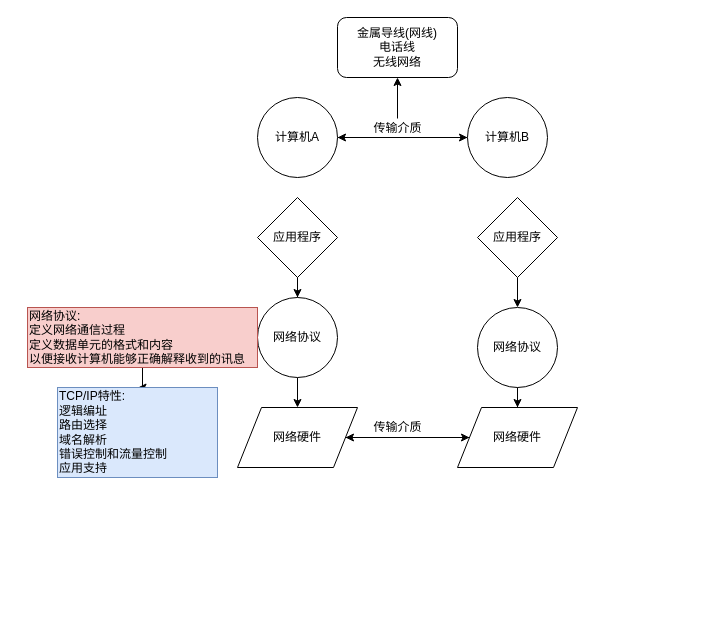
Before: tcp/ip Diagram.drawio in gmkgmk/blog, a draw.io diagram. Source tidied: cells renumbered, new cells numbered last; positions are measured from the earlier drawing's top-left corner, leaving out a move shared by most shapes. Both pictures are drawn from the tidied source at 100%, with x=0, y=0 at pixel (27, 17).
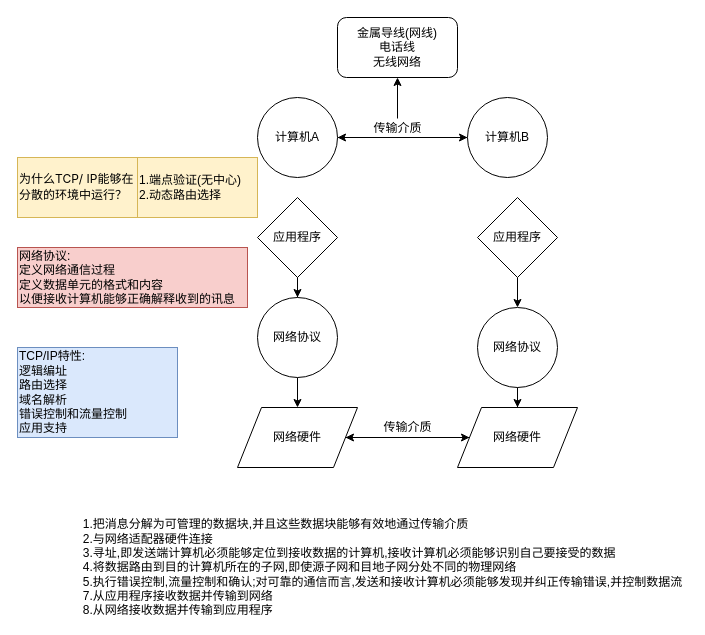
The same diagram, later.

Change to the diagram source:
```diff
@@
     <mxCell id="21" value="传输介质" style="text;html=1;align=center;verticalAlign=middle;" parent="1" vertex="1">
-      <mxGeometry x="340" y="400" width="60" height="20" as="geometry" />
+      <mxGeometry x="350" y="400" width="60" height="20" as="geometry" />
     </mxCell>
-    <mxCell id="22" style="edgeStyle=orthogonalEdgeStyle;rounded=0;jettySize=auto;html=1;" parent="1" edge="1" source="23">
-      <mxGeometry relative="1" as="geometry">
-        <mxPoint x="110" y="370" as="targetPoint" />
-      </mxGeometry>
-    </mxCell>
     <mxCell id="23" value="网络协议:&lt;br&gt;定义网络通信过程&lt;br&gt;定义数据单元的格式和内容&lt;br&gt;以便接收计算机能够正确解释收到的讯息" style="text;html=1;align=left;verticalAlign=middle;points=[];fillColor=#f8cecc;strokeColor=#b85450;" parent="1" vertex="1">
-      <mxGeometry y="290" width="230" height="60" as="geometry" />
+      <mxGeometry x="-10" y="230" width="230" height="60" as="geometry" />
     </mxCell>
     <mxCell id="24" value="TCP/IP特性:&lt;br&gt;逻辑编址&lt;br&gt;路由选择&lt;br&gt;域名解析&lt;br&gt;错误控制和流量控制&lt;br&gt;应用支持" style="rounded=0;whiteSpace=wrap;html=1;align=left;fillColor=#dae8fc;strokeColor=#6c8ebf;" parent="1" vertex="1">
-      <mxGeometry x="30" y="370" width="160" height="90" as="geometry" />
+      <mxGeometry x="-10" y="330" width="160" height="90" as="geometry" />
     </mxCell>
+    <mxCell id="25" value="&lt;pre&gt;&lt;span style=&quot;box-sizing: border-box ; outline: 0px ; margin: 0px ; padding: 0px ; overflow-wrap: break-word ; font-family: &amp;#34;microsoft yahei&amp;#34; , &amp;#34;sf pro display&amp;#34; , &amp;#34;roboto&amp;#34; , &amp;#34;noto&amp;#34; , &amp;#34;arial&amp;#34; , &amp;#34;pingfang sc&amp;#34; , sans-serif ; white-space: normal&quot;&gt;&lt;font style=&quot;font-size: 12px&quot;&gt;为什么TCP/ IP能够在分散的环境中运行？&lt;/font&gt;&lt;/span&gt;&lt;/pre&gt;" style="rounded=0;whiteSpace=wrap;html=1;align=left;fillColor=#fff2cc;strokeColor=#d6b656;" parent="1" vertex="1">
+      <mxGeometry x="-10" y="140" width="120" height="60" as="geometry" />
+    </mxCell>
+    <mxCell id="26" value="1.端点验证(无中心)&lt;br&gt;2.动态路由选择" style="rounded=0;whiteSpace=wrap;html=1;align=left;fillColor=#fff2cc;strokeColor=#d6b656;" parent="1" vertex="1">
+      <mxGeometry x="110" y="140" width="120" height="60" as="geometry" />
+    </mxCell>
+    <mxCell id="27" value="&lt;div style=&quot;text-align: left&quot;&gt;&lt;span&gt;1.把消息分解为可管理的数据块,并且这些数据块能够有效地通过传输介质&lt;/span&gt;&lt;/div&gt;&lt;div style=&quot;text-align: left&quot;&gt;&lt;span&gt;2.与网络适配器硬件连接&lt;/span&gt;&lt;/div&gt;&lt;div style=&quot;text-align: left&quot;&gt;&lt;span&gt;3.寻址,即发送端计算机必须能够定位到接收数据的计算机,接收计算机必须能够识别自己要接受的数据&lt;/span&gt;&lt;/div&gt;&lt;div style=&quot;text-align: left&quot;&gt;&lt;span&gt;4.将数据路由到目的计算机所在的子网,即使源子网和目地子网分处不同的物理网络&lt;/span&gt;&lt;/div&gt;&lt;div style=&quot;text-align: left&quot;&gt;&lt;span&gt;5.执行错误控制,流量控制和确认;对可靠的通信而言,发送和接收计算机必须能够发现并纠正传输错误,并控制数据流&lt;/span&gt;&lt;/div&gt;&lt;div style=&quot;text-align: left&quot;&gt;&lt;span&gt;7.从应用程序接收数据并传输到网络&lt;/span&gt;&lt;/div&gt;&lt;div style=&quot;text-align: left&quot;&gt;&lt;span&gt;8.从网络接收数据并传输到应用程序&lt;/span&gt;&lt;/div&gt;" style="text;html=1;align=center;verticalAlign=middle;" parent="1" vertex="1">
+      <mxGeometry x="50" y="500" width="610" height="100" as="geometry" />
+    </mxCell>
```
